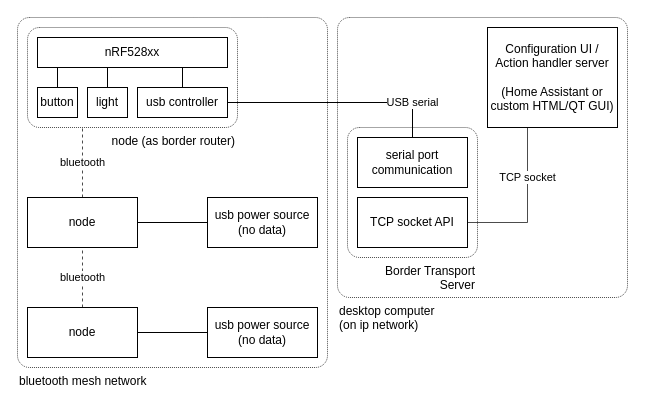
The draw.io diagram fig.drawio in lonkaars/avans-domotica, before the edit. Source tidied: cells renumbered, new cells numbered last; positions are measured from the earlier drawing's top-left corner, leaving out a move shared by most shapes. Both pictures are drawn from the tidied source at 100%, with x=0, y=0 at pixel (17, 17).
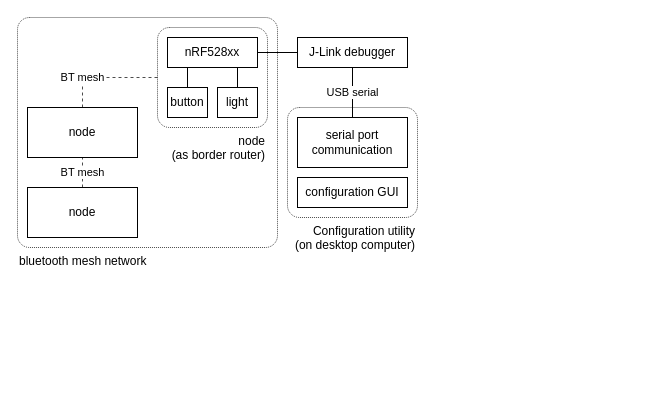
The same page after the edit.

What changed in the source:
```diff
@@
     <mxCell id="2" value="bluetooth mesh network" style="rounded=1;whiteSpace=wrap;html=1;align=left;labelPosition=center;verticalLabelPosition=bottom;verticalAlign=top;fillColor=none;strokeColor=#000000;opacity=70;arcSize=24;absoluteArcSize=1;dashed=1;dashPattern=1 1;" parent="1" vertex="1">
-      <mxGeometry width="310" height="350" as="geometry" />
+      <mxGeometry width="260" height="230" as="geometry" />
     </mxCell>
-    <mxCell id="3" style="edgeStyle=orthogonalEdgeStyle;rounded=0;jettySize=auto;html=1;entryX=0;entryY=0.5;entryDx=0;entryDy=0;endArrow=none;endFill=0;arcSize=24;" parent="1" edge="1" source="5" target="10">
-      <mxGeometry relative="1" as="geometry" />
-    </mxCell>
-    <mxCell id="4" value="bluetooth" style="edgeStyle=orthogonalEdgeStyle;rounded=0;jettySize=auto;html=1;endArrow=none;endFill=0;elbow=vertical;dashed=1;opacity=70;arcSize=24;" parent="1" edge="1" source="5" target="8">
+    <mxCell id="4" value="BT mesh" style="edgeStyle=orthogonalEdgeStyle;rounded=0;jettySize=auto;html=1;endArrow=none;endFill=0;elbow=vertical;dashed=1;opacity=70;arcSize=24;" parent="1" edge="1" source="5" target="8">
       <mxGeometry relative="1" as="geometry" />
     </mxCell>
     <mxCell id="5" value="node" style="rounded=0;whiteSpace=wrap;html=1;arcSize=24;absoluteArcSize=1;" parent="1" vertex="1">
-      <mxGeometry x="10" y="290" width="110" height="50" as="geometry" />
+      <mxGeometry x="10" y="170" width="110" height="50" as="geometry" />
     </mxCell>
-    <mxCell id="6" value="bluetooth" style="edgeStyle=orthogonalEdgeStyle;rounded=0;jettySize=auto;html=1;exitX=0.5;exitY=0;exitDx=0;exitDy=0;endArrow=none;endFill=0;dashed=1;opacity=70;elbow=vertical;arcSize=24;" parent="1" edge="1" source="8" target="13">
-      <mxGeometry relative="1" as="geometry">
+    <mxCell id="6" value="BT mesh" style="edgeStyle=orthogonalEdgeStyle;rounded=0;jettySize=auto;html=1;endArrow=none;endFill=0;dashed=1;opacity=70;elbow=vertical;arcSize=24;" parent="1" edge="1" source="8" target="13">
+      <mxGeometry x="-0.43" relative="1" as="geometry">
         <Array as="points">
-          <mxPoint x="65" y="110" />
-          <mxPoint x="65" y="110" />
+          <mxPoint x="65" y="60" />
         </Array>
       </mxGeometry>
     </mxCell>
-    <mxCell id="7" style="edgeStyle=orthogonalEdgeStyle;rounded=0;jettySize=auto;html=1;exitX=1;exitY=0.5;exitDx=0;exitDy=0;entryX=0;entryY=0.5;entryDx=0;entryDy=0;endArrow=none;endFill=0;arcSize=24;" parent="1" edge="1" source="8" target="11">
-      <mxGeometry relative="1" as="geometry" />
-    </mxCell>
     <mxCell id="8" value="node" style="rounded=0;whiteSpace=wrap;html=1;arcSize=24;absoluteArcSize=1;" parent="1" vertex="1">
-      <mxGeometry x="10" y="180" width="110" height="50" as="geometry" />
+      <mxGeometry x="10" y="90" width="110" height="50" as="geometry" />
     </mxCell>
-    <mxCell id="9" value="desktop computer&lt;br&gt;(on ip network)" style="rounded=1;whiteSpace=wrap;html=1;align=left;labelPosition=center;verticalLabelPosition=bottom;verticalAlign=top;fillColor=none;strokeColor=#000000;opacity=70;arcSize=24;absoluteArcSize=1;dashed=1;dashPattern=1 1;" parent="1" vertex="1">
-      <mxGeometry x="320" width="290" height="280" as="geometry" />
-    </mxCell>
-    <mxCell id="10" value="usb power source (no data)" style="rounded=0;whiteSpace=wrap;html=1;arcSize=24;absoluteArcSize=1;" parent="1" vertex="1">
-      <mxGeometry x="190" y="290" width="110" height="50" as="geometry" />
-    </mxCell>
-    <mxCell id="11" value="usb power source (no data)" style="rounded=0;whiteSpace=wrap;html=1;arcSize=24;absoluteArcSize=1;" parent="1" vertex="1">
-      <mxGeometry x="190" y="180" width="110" height="50" as="geometry" />
-    </mxCell>
-    <mxCell id="12" value="Border Transport Server" style="rounded=1;whiteSpace=wrap;html=1;labelPosition=center;verticalLabelPosition=bottom;align=right;verticalAlign=top;arcSize=24;opacity=70;absoluteArcSize=1;dashed=1;dashPattern=1 1;" parent="1" vertex="1">
-      <mxGeometry x="330" y="110" width="130" height="130" as="geometry" />
+    <mxCell id="12" value="Configuration utility&lt;br&gt;(on desktop computer)" style="rounded=1;whiteSpace=wrap;html=1;labelPosition=center;verticalLabelPosition=bottom;align=right;verticalAlign=top;arcSize=24;opacity=70;absoluteArcSize=1;dashed=1;dashPattern=1 1;" parent="1" vertex="1">
+      <mxGeometry x="270" y="90" width="130" height="110" as="geometry" />
     </mxCell>
-    <mxCell id="13" value="node (as border router)" style="rounded=1;whiteSpace=wrap;html=1;labelPosition=center;verticalLabelPosition=bottom;align=right;verticalAlign=top;arcSize=24;opacity=70;absoluteArcSize=1;dashed=1;dashPattern=1 1;" parent="1" vertex="1">
-      <mxGeometry x="10" y="10" width="210" height="100" as="geometry" />
+    <mxCell id="13" value="node&lt;br&gt;(as border router)" style="rounded=1;whiteSpace=wrap;html=1;labelPosition=center;verticalLabelPosition=bottom;align=right;verticalAlign=top;arcSize=24;opacity=70;absoluteArcSize=1;dashed=1;dashPattern=1 1;fillColor=none;labelBackgroundColor=default;" parent="1" vertex="1">
+      <mxGeometry x="140" y="10" width="110" height="100" as="geometry" />
     </mxCell>
     <mxCell id="14" style="edgeStyle=orthogonalEdgeStyle;rounded=0;jettySize=auto;html=1;exitX=0.5;exitY=0;exitDx=0;exitDy=0;endArrow=none;endFill=0;arcSize=24;" parent="1" edge="1" source="15" target="17">
       <mxGeometry relative="1" as="geometry">
         <Array as="points">
-          <mxPoint x="130" y="30" />
-          <mxPoint x="130" y="30" />
+          <mxPoint x="220" y="30" />
         </Array>
       </mxGeometry>
     </mxCell>
     <mxCell id="15" value="light" style="rounded=0;whiteSpace=wrap;html=1;arcSize=24;absoluteArcSize=1;" parent="1" vertex="1">
-      <mxGeometry x="70" y="70" width="40" height="30" as="geometry" />
+      <mxGeometry x="200" y="70" width="40" height="30" as="geometry" />
     </mxCell>
     <mxCell id="16" value="button" style="rounded=0;whiteSpace=wrap;html=1;arcSize=24;absoluteArcSize=1;" parent="1" vertex="1">
-      <mxGeometry x="20" y="70" width="40" height="30" as="geometry" />
+      <mxGeometry x="150" y="70" width="40" height="30" as="geometry" />
     </mxCell>
     <mxCell id="17" value="nRF528xx" style="rounded=0;whiteSpace=wrap;html=1;arcSize=24;absoluteArcSize=1;" parent="1" vertex="1">
-      <mxGeometry x="20" y="20" width="190" height="30" as="geometry" />
+      <mxGeometry x="150" y="20" width="90" height="30" as="geometry" />
     </mxCell>
     <mxCell id="18" style="endArrow=none;html=1;rounded=0;exitX=0.5;exitY=0;exitDx=0;exitDy=0;edgeStyle=orthogonalEdgeStyle;arcSize=24;" parent="1" edge="1" source="16" target="17">
       <mxGeometry relative="1" as="geometry">
         <Array as="points">
-          <mxPoint x="100" y="30" />
-          <mxPoint x="100" y="30" />
+          <mxPoint x="230" y="30" />
+          <mxPoint x="230" y="30" />
         </Array>
       </mxGeometry>
     </mxCell>
-    <mxCell id="19" style="edgeStyle=orthogonalEdgeStyle;rounded=0;jettySize=auto;html=1;endArrow=none;endFill=0;elbow=vertical;exitX=0.5;exitY=0;exitDx=0;exitDy=0;arcSize=24;" parent="1" edge="1" source="20" target="17">
-      <mxGeometry relative="1" as="geometry">
-        <Array as="points">
-          <mxPoint x="170" y="30" />
-          <mxPoint x="170" y="30" />
-        </Array>
-      </mxGeometry>
-    </mxCell>
-    <mxCell id="20" value="usb controller" style="rounded=0;whiteSpace=wrap;html=1;arcSize=24;absoluteArcSize=1;" parent="1" vertex="1">
-      <mxGeometry x="120" y="70" width="90" height="30" as="geometry" />
-    </mxCell>
+    <mxCell id="25" value="USB serial" style="edgeStyle=orthogonalEdgeStyle;rounded=0;jettySize=auto;html=1;endArrow=none;endFill=0;" parent="1" edge="1" source="21" target="28">
+      <mxGeometry relative="1" as="geometry" />
+    </mxCell>
     <mxCell id="21" value="serial port communication" style="rounded=0;whiteSpace=wrap;html=1;arcSize=24;absoluteArcSize=1;" parent="1" vertex="1">
-      <mxGeometry x="340" y="120" width="110" height="50" as="geometry" />
+      <mxGeometry x="280" y="100" width="110" height="50" as="geometry" />
     </mxCell>
-    <mxCell id="22" value="TCP socket" style="edgeStyle=orthogonalEdgeStyle;rounded=0;jettySize=auto;html=1;endArrow=none;endFill=0;opacity=70;elbow=vertical;arcSize=24;" parent="1" edge="1" source="23" target="24">
-      <mxGeometry x="0.35" relative="1" as="geometry">
-        <Array as="points">
-          <mxPoint x="510" y="105" />
-          <mxPoint x="510" y="240" />
-        </Array>
-      </mxGeometry>
-    </mxCell>
-    <mxCell id="23" value="TCP socket API" style="rounded=0;whiteSpace=wrap;html=1;arcSize=24;absoluteArcSize=1;" parent="1" vertex="1">
-      <mxGeometry x="340" y="180" width="110" height="50" as="geometry" />
-    </mxCell>
-    <mxCell id="24" value="Configuration UI / Action handler server&lt;br&gt;&lt;br&gt;(Home Assistant or custom HTML/QT GUI)" style="rounded=0;whiteSpace=wrap;html=1;labelPosition=center;verticalLabelPosition=middle;align=center;verticalAlign=middle;arcSize=24;absoluteArcSize=1;" parent="1" vertex="1">
-      <mxGeometry x="470" y="10" width="130" height="100" as="geometry" />
-    </mxCell>
-    <mxCell id="25" value="USB serial" style="edgeStyle=orthogonalEdgeStyle;rounded=0;jettySize=auto;html=1;endArrow=none;endFill=0;elbow=vertical;arcSize=24;" parent="1" edge="1" target="21">
-      <mxGeometry x="0.68" relative="1" as="geometry">
-        <mxPoint x="210" y="85" as="sourcePoint" />
-        <Array as="points">
-          <mxPoint x="395" y="85" />
-        </Array>
-      </mxGeometry>
-    </mxCell>
+    <mxCell id="26" value="configuration GUI" style="rounded=0;whiteSpace=wrap;html=1;arcSize=24;absoluteArcSize=1;" parent="1" vertex="1">
+      <mxGeometry x="280" y="160" width="110" height="30" as="geometry" />
+    </mxCell>
+    <mxCell id="27" style="edgeStyle=orthogonalEdgeStyle;rounded=0;jettySize=auto;html=1;endArrow=none;endFill=0;" parent="1" edge="1" source="28" target="17">
+      <mxGeometry relative="1" as="geometry" />
+    </mxCell>
+    <mxCell id="28" value="J-Link debugger" style="rounded=0;whiteSpace=wrap;html=1;arcSize=24;absoluteArcSize=1;" parent="1" vertex="1">
+      <mxGeometry x="280" y="20" width="110" height="30" as="geometry" />
+    </mxCell>
```
